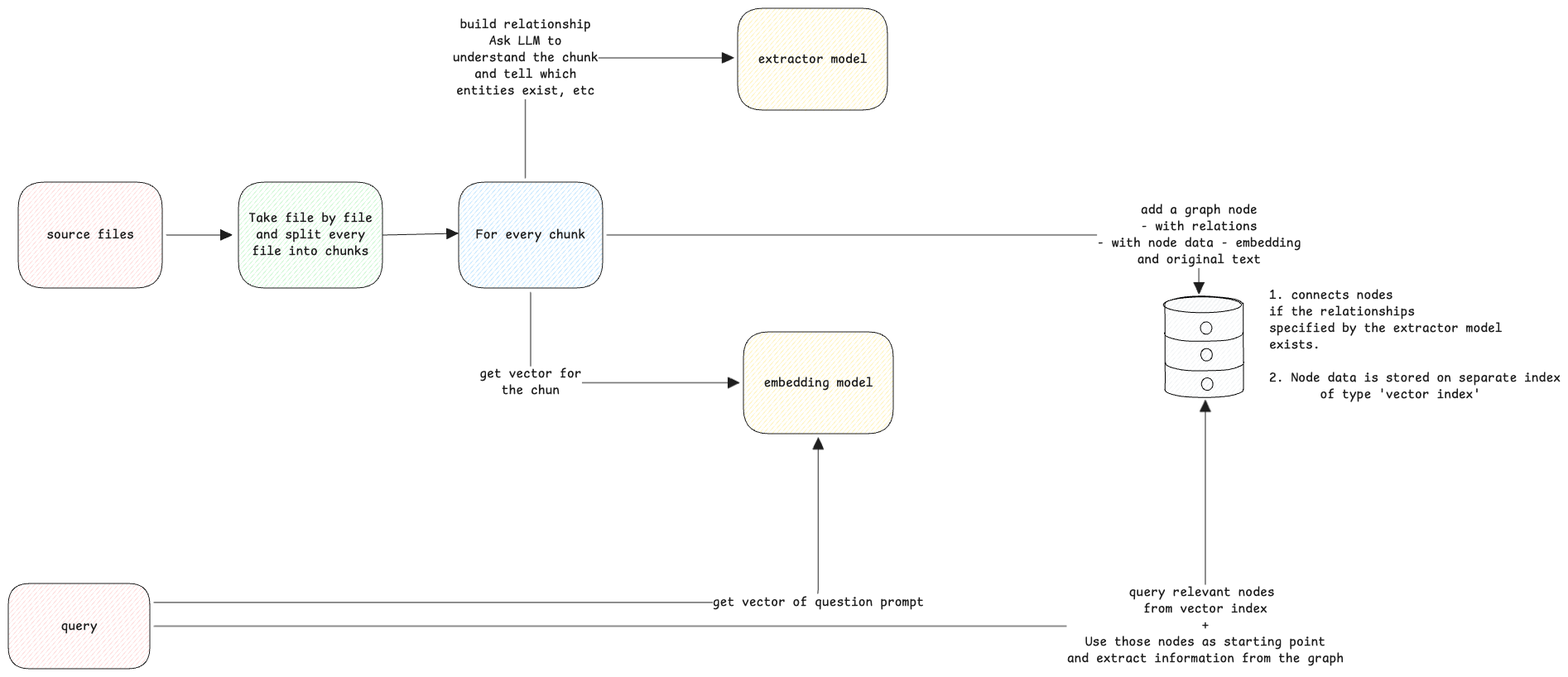
Above: static/img/ai-graph-rag.excalidraw.png in swaroopar/inprogress-engineer (Excalidraw), before the change. Source tidied: one line per element, renumbered; positions are measured from the earlier drawing's top-left corner, leaving out a move shared by most shapes. Its diagram source:
```json
{"id": 0, "type": "rectangle", "strokeColor": "#1e1e1e", "backgroundColor": "#ffec99", "fillStyle": "hachure", "strokeWidth": 1, "roughness": 0, "round": true, "x": 881, "y": 0, "width": 181, "height": 123}
{"id": 1, "type": "text", "text": "extractor model", "strokeColor": "#1e1e1e", "strokeWidth": 1, "roughness": 0, "fontSize": 16, "fontFamily": 8, "textAlign": "center", "verticalAlign": "middle", "inside": 0, "x": 906, "y": 52, "width": 132, "height": 20}
{"id": 2, "type": "rectangle", "strokeColor": "#1e1e1e", "backgroundColor": "#ffc9c9", "fillStyle": "hachure", "strokeWidth": 1, "roughness": 0, "round": true, "x": 12, "y": 210, "width": 174, "height": 128}
{"id": 3, "type": "text", "text": "source files", "strokeColor": "#1e1e1e", "strokeWidth": 1, "roughness": 0, "fontSize": 16, "fontFamily": 8, "textAlign": "center", "verticalAlign": "middle", "inside": 2, "x": 46, "y": 264, "width": 106, "height": 20}
{"id": 4, "type": "rectangle", "strokeColor": "#1e1e1e", "backgroundColor": "#b2f2bb", "fillStyle": "hachure", "strokeWidth": 1, "roughness": 0, "round": true, "x": 278, "y": 210, "width": 174, "height": 128}
{"id": 5, "type": "text", "text": "Take file by file\nand split every\nfile into chunks", "strokeColor": "#1e1e1e", "strokeWidth": 1, "roughness": 0, "fontSize": 16, "fontFamily": 8, "textAlign": "center", "verticalAlign": "middle", "inside": 4, "x": 290, "y": 244, "width": 150, "height": 60}
{"id": 6, "type": "rectangle", "strokeColor": "#1e1e1e", "backgroundColor": "#a5d8ff", "fillStyle": "hachure", "strokeWidth": 1, "roughness": 0, "round": true, "x": 544, "y": 210, "width": 174, "height": 128}
{"id": 7, "type": "text", "text": "For every chunk", "strokeColor": "#1e1e1e", "strokeWidth": 1, "roughness": 0, "fontSize": 16, "fontFamily": 8, "textAlign": "center", "verticalAlign": "middle", "inside": 6, "x": 565, "y": 264, "width": 132, "height": 20}
{"id": 8, "type": "arrow", "strokeColor": "#1e1e1e", "strokeWidth": 1, "roughness": 0, "endArrowhead": "triangle", "from": 6, "to": 0, "x": 625, "y": 205, "width": 251, "height": 145, "points": [[0, 0], [0, -145], [251, -145]]}
{"id": 9, "type": "text", "text": "build relationship\nAsk LLM to\nunderstand the chunk\nand tell which\nentities exist, etc", "strokeColor": "#1e1e1e", "strokeWidth": 1, "roughness": 0, "fontSize": 16, "fontFamily": 8, "textAlign": "center", "verticalAlign": "middle", "inside": 8, "x": 537, "y": 10, "width": 176, "height": 100}
{"id": 10, "type": "rectangle", "strokeColor": "#1e1e1e", "backgroundColor": "#ffec99", "fillStyle": "hachure", "strokeWidth": 1, "roughness": 0, "round": true, "x": 888, "y": 391, "width": 181, "height": 123}
{"id": 11, "type": "text", "text": "embedding model", "strokeColor": "#1e1e1e", "strokeWidth": 1, "roughness": 0, "fontSize": 16, "fontFamily": 8, "textAlign": "center", "verticalAlign": "middle", "inside": 10, "x": 913, "y": 442, "width": 132, "height": 20}
{"id": 12, "type": "arrow", "strokeColor": "#1e1e1e", "strokeWidth": 1, "roughness": 0, "endArrowhead": "triangle", "from": 6, "to": 10, "x": 631, "y": 343, "width": 252, "height": 109, "points": [[0, 0], [0, 109], [252, 109]]}
{"id": 13, "type": "text", "text": "get vector for\nthe chun", "strokeColor": "#1e1e1e", "strokeWidth": 1, "roughness": 0, "fontSize": 16, "fontFamily": 8, "textAlign": "center", "verticalAlign": "middle", "inside": 12, "x": 569, "y": 432, "width": 123, "height": 40}
{"id": 14, "type": "line", "strokeColor": "#000000", "backgroundColor": "#e9ecef", "fillStyle": "hachure", "strokeWidth": 1, "roughness": 0, "round": true, "x": 1397, "y": 358, "width": 95, "height": 122, "points": [[0, 0], [0, 93], [0, 103], [5, 108], [22, 112], [51, 113], [78, 111], [93, 106], [95, 102], [95, 94], [95, 8], [94, 0], [88, -5], [75, -8], [46, -10], [23, -8], [4, -4], [0, 0], [0, 0]]}
{"id": 15, "type": "line", "strokeColor": "#000000", "backgroundColor": "#e9ecef", "fillStyle": "hachure", "strokeWidth": 1, "roughness": 0, "round": true, "x": 1398, "y": 428, "width": 95, "height": 11, "points": [[0, 0], [3, 4], [13, 8], [28, 10], [50, 10], [76, 9], [92, 4], [95, 0]]}
{"id": 16, "type": "line", "strokeColor": "#000000", "backgroundColor": "#e9ecef", "fillStyle": "hachure", "strokeWidth": 1, "roughness": 0, "round": true, "x": 1396, "y": 392, "width": 95, "height": 11, "points": [[0, 0], [3, 4], [13, 8], [28, 10], [50, 10], [76, 9], [92, 4], [95, 0]]}
{"id": 17, "type": "ellipse", "strokeColor": "#000000", "backgroundColor": "#e9ecef", "fillStyle": "hachure", "strokeWidth": 1, "roughness": 0, "x": 1395, "y": 349, "width": 94, "height": 19}
{"id": 18, "type": "ellipse", "strokeColor": "#000000", "backgroundColor": "#e9ecef", "fillStyle": "hachure", "strokeWidth": 1, "roughness": 0, "x": 1440, "y": 379, "width": 14, "height": 15}
{"id": 19, "type": "ellipse", "strokeColor": "#000000", "backgroundColor": "#e9ecef", "fillStyle": "hachure", "strokeWidth": 1, "roughness": 0, "x": 1441, "y": 411, "width": 14, "height": 15}
{"id": 20, "type": "ellipse", "strokeColor": "#000000", "angle": 6.24, "backgroundColor": "#e9ecef", "fillStyle": "hachure", "strokeWidth": 1, "roughness": 0, "x": 1441, "y": 447, "width": 14, "height": 15}
{"id": 21, "type": "arrow", "strokeColor": "#1e1e1e", "strokeWidth": 1, "roughness": 0, "endArrowhead": "triangle", "from": 6, "x": 723, "y": 274, "width": 715, "height": 71, "points": [[0, 0], [715, 0], [715, 71]]}
{"id": 22, "type": "text", "text": "add a graph node\n- with relations\n- with node data - embedding\nand original text", "strokeColor": "#1e1e1e", "strokeWidth": 1, "roughness": 0, "fontSize": 16, "fontFamily": 8, "textAlign": "center", "verticalAlign": "middle", "inside": 21, "x": 863, "y": 208, "width": 246, "height": 80}
{"id": 23, "type": "text", "text": "1. connects nodes\nif the relationships \nspecified by the extractor model\nexists.\n\n2. Node data is stored on separate index\n       of type 'vector index'", "strokeColor": "#1e1e1e", "strokeWidth": 1, "roughness": 0, "fontSize": 16, "fontFamily": 8, "x": 1523, "y": 337, "width": 352, "height": 140}
{"id": 24, "type": "arrow", "strokeColor": "#1e1e1e", "strokeWidth": 1, "roughness": 0, "endArrowhead": "triangle", "from": 2, "to": 4, "x": 191, "y": 274, "width": 79, "height": 0, "points": [[0, 0], [79, 0]]}
{"id": 25, "type": "arrow", "strokeColor": "#1e1e1e", "strokeWidth": 1, "roughness": 0, "endArrowhead": "triangle", "from": 4, "to": 6, "x": 453, "y": 274, "width": 90, "height": 2, "points": [[0, 0], [90, -2]]}
{"id": 26, "type": "rectangle", "strokeColor": "#1e1e1e", "backgroundColor": "#ffc9c9", "fillStyle": "hachure", "strokeWidth": 1, "roughness": 0, "round": true, "x": 0, "y": 695, "width": 171, "height": 103}
{"id": 27, "type": "text", "text": "query", "strokeColor": "#1e1e1e", "strokeWidth": 1, "roughness": 0, "fontSize": 16, "fontFamily": 8, "textAlign": "center", "verticalAlign": "middle", "inside": 26, "x": 64, "y": 736, "width": 44, "height": 20}
{"id": 28, "type": "arrow", "strokeColor": "#1e1e1e", "strokeWidth": 1, "roughness": 0, "endArrowhead": "triangle", "from": 26, "to": 10, "x": 176, "y": 718, "width": 803, "height": 199, "points": [[0, 0], [803, 0], [803, -199]]}
{"id": 29, "type": "text", "text": "get vector of question prompt", "strokeColor": "#1e1e1e", "strokeWidth": 1, "roughness": 0, "fontSize": 16, "fontFamily": 8, "textAlign": "center", "verticalAlign": "middle", "inside": 28, "x": 851, "y": 708, "width": 255, "height": 20}
{"id": 30, "type": "arrow", "strokeColor": "#1e1e1e", "strokeWidth": 1, "roughness": 0, "endArrowhead": "triangle", "from": 26, "x": 176, "y": 746, "width": 1270, "height": 273, "points": [[0, 0], [1270, 0], [1270, -273]]}
{"id": 31, "type": "text", "text": "query relevant nodes \nfrom vector index\n+\nUse those nodes as starting point\nand extract information from the graph", "strokeColor": "#1e1e1e", "strokeWidth": 1, "roughness": 0, "fontSize": 16, "fontFamily": 8, "textAlign": "center", "verticalAlign": "middle", "inside": 30, "x": 1279, "y": 696, "width": 334, "height": 100}
```
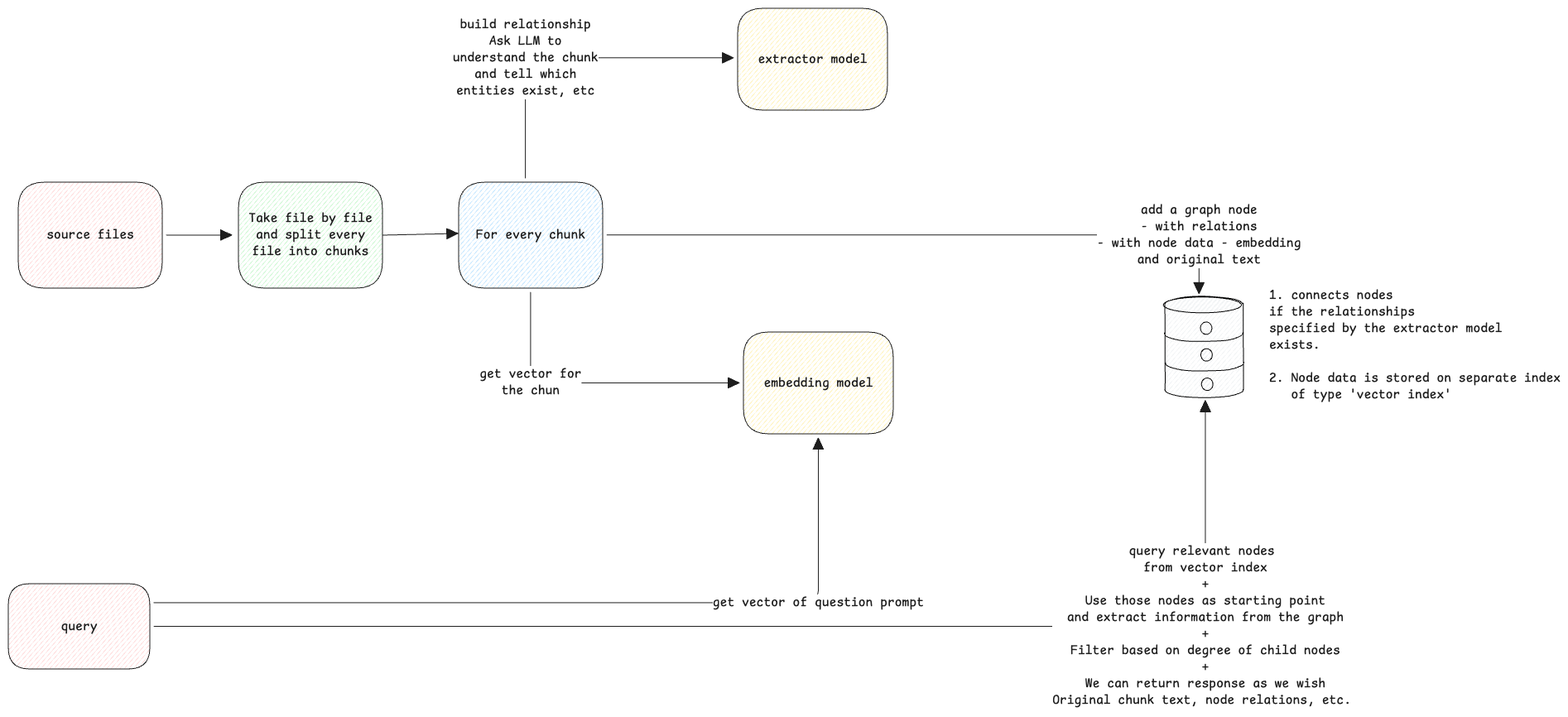
After the commit.

Change to the diagram source:
```diff
@@ -21,7 +21,7 @@
 {"id": 20, "type": "ellipse", "strokeColor": "#000000", "angle": 6.24, "backgroundColor": "#e9ecef", "fillStyle": "hachure", "strokeWidth": 1, "roughness": 0, "x": 1441, "y": 447, "width": 14, "height": 15}
 {"id": 21, "type": "arrow", "strokeColor": "#1e1e1e", "strokeWidth": 1, "roughness": 0, "endArrowhead": "triangle", "from": 6, "x": 723, "y": 274, "width": 715, "height": 71, "points": [[0, 0], [715, 0], [715, 71]]}
 {"id": 22, "type": "text", "text": "add a graph node\n- with relations\n- with node data - embedding\nand original text", "strokeColor": "#1e1e1e", "strokeWidth": 1, "roughness": 0, "fontSize": 16, "fontFamily": 8, "textAlign": "center", "verticalAlign": "middle", "inside": 21, "x": 863, "y": 208, "width": 246, "height": 80}
-{"id": 23, "type": "text", "text": "1. connects nodes\nif the relationships \nspecified by the extractor model\nexists.\n\n2. Node data is stored on separate index\n       of type 'vector index'", "strokeColor": "#1e1e1e", "strokeWidth": 1, "roughness": 0, "fontSize": 16, "fontFamily": 8, "x": 1523, "y": 337, "width": 352, "height": 140}
+{"id": 23, "type": "text", "text": "1. connects nodes\nif the relationships \nspecified by the extractor model\nexists.\n\n2. Node data is stored on separate index\n   of type 'vector index'", "strokeColor": "#1e1e1e", "strokeWidth": 1, "roughness": 0, "fontSize": 16, "fontFamily": 8, "x": 1523, "y": 337, "width": 352, "height": 140}
 {"id": 24, "type": "arrow", "strokeColor": "#1e1e1e", "strokeWidth": 1, "roughness": 0, "endArrowhead": "triangle", "from": 2, "to": 4, "x": 191, "y": 274, "width": 79, "height": 0, "points": [[0, 0], [79, 0]]}
 {"id": 25, "type": "arrow", "strokeColor": "#1e1e1e", "strokeWidth": 1, "roughness": 0, "endArrowhead": "triangle", "from": 4, "to": 6, "x": 453, "y": 274, "width": 90, "height": 2, "points": [[0, 0], [90, -2]]}
 {"id": 26, "type": "rectangle", "strokeColor": "#1e1e1e", "backgroundColor": "#ffc9c9", "fillStyle": "hachure", "strokeWidth": 1, "roughness": 0, "round": true, "x": 0, "y": 695, "width": 171, "height": 103}
@@ -29,4 +29,4 @@
 {"id": 28, "type": "arrow", "strokeColor": "#1e1e1e", "strokeWidth": 1, "roughness": 0, "endArrowhead": "triangle", "from": 26, "to": 10, "x": 176, "y": 718, "width": 803, "height": 199, "points": [[0, 0], [803, 0], [803, -199]]}
 {"id": 29, "type": "text", "text": "get vector of question prompt", "strokeColor": "#1e1e1e", "strokeWidth": 1, "roughness": 0, "fontSize": 16, "fontFamily": 8, "textAlign": "center", "verticalAlign": "middle", "inside": 28, "x": 851, "y": 708, "width": 255, "height": 20}
 {"id": 30, "type": "arrow", "strokeColor": "#1e1e1e", "strokeWidth": 1, "roughness": 0, "endArrowhead": "triangle", "from": 26, "x": 176, "y": 746, "width": 1270, "height": 273, "points": [[0, 0], [1270, 0], [1270, -273]]}
-{"id": 31, "type": "text", "text": "query relevant nodes \nfrom vector index\n+\nUse those nodes as starting point\nand extract information from the graph", "strokeColor": "#1e1e1e", "strokeWidth": 1, "roughness": 0, "fontSize": 16, "fontFamily": 8, "textAlign": "center", "verticalAlign": "middle", "inside": 30, "x": 1279, "y": 696, "width": 334, "height": 100}
+{"id": 31, "type": "text", "text": "query relevant nodes \nfrom vector index\n+\nUse those nodes as starting point\nand extract information from the graph\n+\nFilter based on degree of child nodes\n+\nWe can return response as we wish\nOriginal chunk text, node relations, etc. ", "strokeColor": "#1e1e1e", "strokeWidth": 1, "roughness": 0, "fontSize": 16, "fontFamily": 8, "textAlign": "center", "verticalAlign": "middle", "inside": 30, "x": 1261, "y": 646, "width": 370, "height": 200}
```
